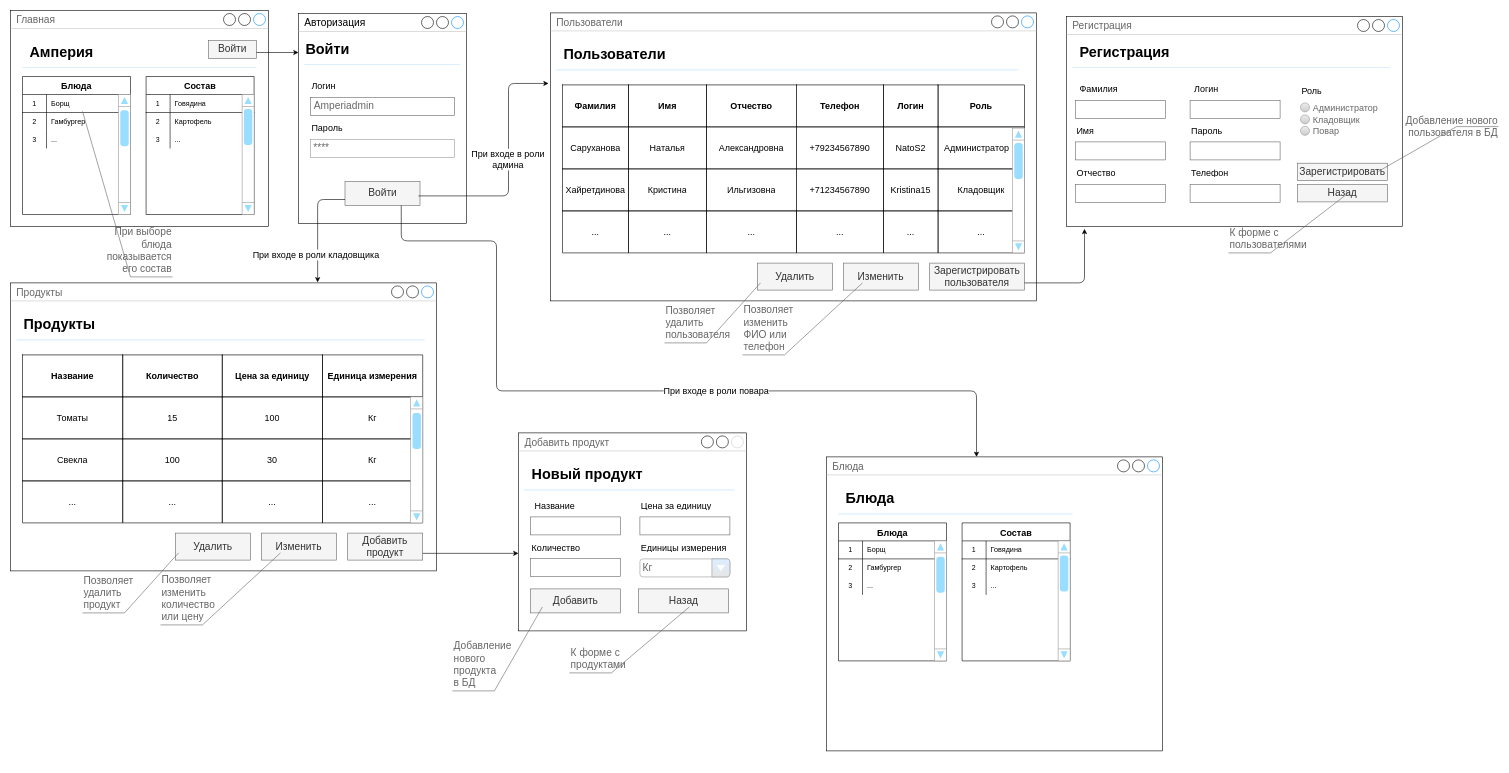
Above: Untitled Diagram.drawio in Natasaruk/PPMixCart (draw.io), before the change. Source tidied: cells renumbered, new cells numbered last; positions are measured from the earlier drawing's top-left corner, leaving out a move shared by most shapes. Both pictures are drawn from the tidied source at 60%, with x=0, y=0 at pixel (10, 10).
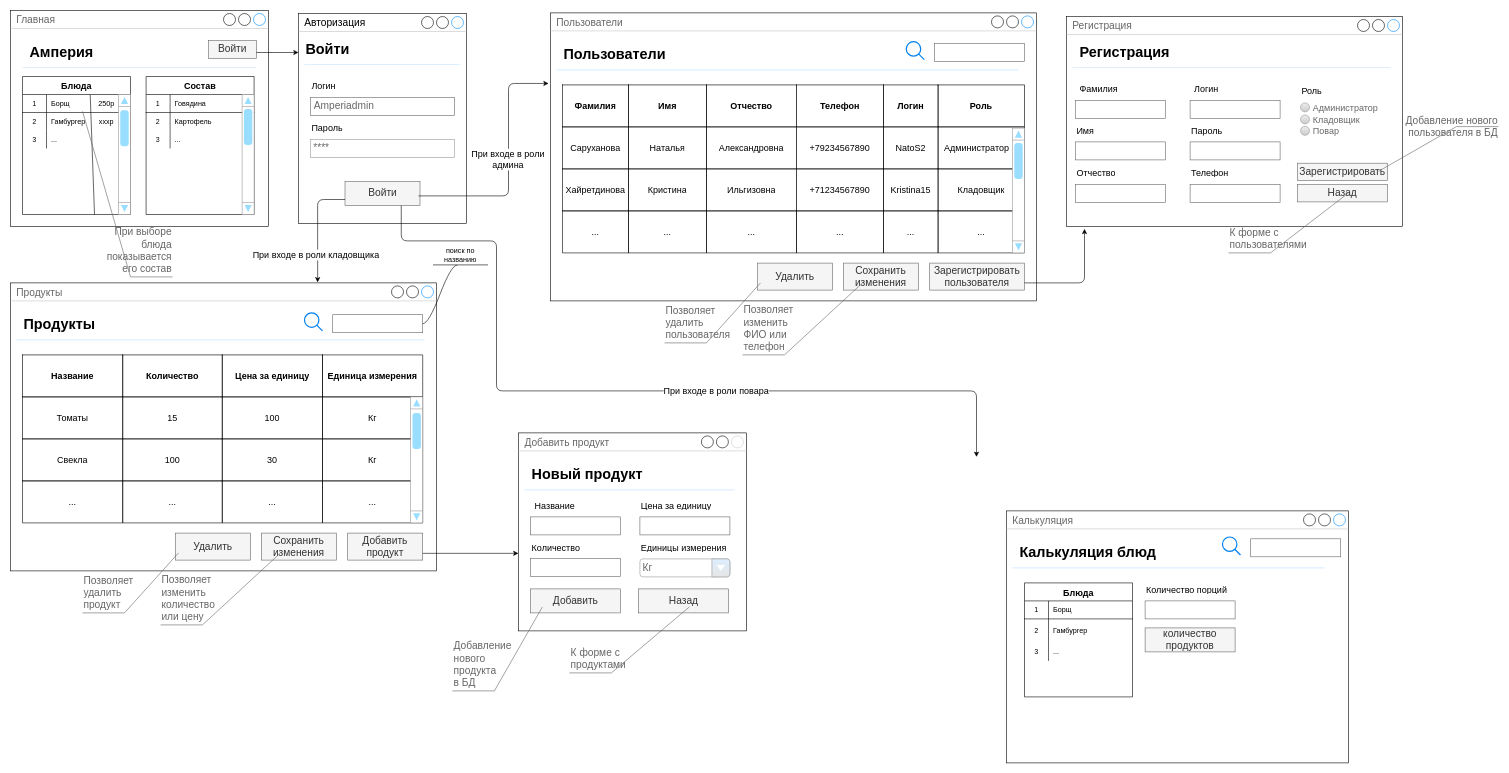
The same diagram, later.

The change refers to these unchanged cells:
```xml
<mxCell id="43" value="Блюда" style="shape=table;startSize=30;childLayout=tableLayout;rowLines=0;fontStyle=1;align=center;rounded=0;shadow=0;labelBackgroundColor=none;sketch=0;fontSize=15;gradientColor=none;" parent="1" vertex="1">
  <mxGeometry x="20" y="110" width="180" height="230" as="geometry" />
</mxCell>
<mxCell id="44" style="shape=partialRectangle;html=1;whiteSpace=wrap;fillColor=none;top=0;left=0;bottom=1;right=0;points=[[0,0.5],[1,0.5]];portConstraint=eastwest;" parent="43" vertex="1">
  <mxGeometry y="30" width="180" height="30" as="geometry" />
</mxCell>
```

Change to the diagram source:
```diff
@@
+    <mxCell id="179" style="endArrow=none;html=1;entryX=0.627;entryY=0.006;entryDx=0;entryDy=0;entryPerimeter=0;" parent="43" edge="1" target="44">
+      <mxGeometry relative="1" as="geometry">
+        <mxPoint x="120" y="230" as="sourcePoint" />
+      </mxGeometry>
+    </mxCell>
@@
-    <mxCell id="94" value="Изменить" style="rounded=0;whiteSpace=wrap;html=1;fontSize=17;fillColor=#f5f5f5;strokeColor=#666666;fontColor=#333333;align=center;" parent="1" vertex="1">
+    <mxCell id="94" value="Сохранить изменения" style="rounded=0;whiteSpace=wrap;html=1;fontSize=17;fillColor=#f5f5f5;strokeColor=#666666;fontColor=#333333;align=center;" parent="1" vertex="1">
       <mxGeometry x="418" y="871" width="125" height="45" as="geometry" />
     </mxCell>
@@
-    <mxCell id="122" value="Изменить" style="rounded=0;whiteSpace=wrap;html=1;fontSize=17;fillColor=#f5f5f5;strokeColor=#666666;fontColor=#333333;align=center;" parent="1" vertex="1">
+    <mxCell id="122" value="Сохранить изменения" style="rounded=0;whiteSpace=wrap;html=1;fontSize=17;fillColor=#f5f5f5;strokeColor=#666666;fontColor=#333333;align=center;" parent="1" vertex="1">
       <mxGeometry x="1388" y="421" width="125" height="45" as="geometry" />
     </mxCell>
@@
-    <mxCell id="154" value="Блюда" style="strokeWidth=1;shadow=0;dashed=0;align=center;html=1;shape=mxgraph.mockup.containers.window;align=left;verticalAlign=top;spacingLeft=8;strokeColor2=#008cff;strokeColor3=#c4c4c4;fontColor=#666666;mainText=;fontSize=17;labelBackgroundColor=none;rounded=0;sketch=0;gradientColor=none;" parent="1" vertex="1">
-      <mxGeometry x="1360" y="744" width="560" height="490" as="geometry" />
-    </mxCell>
+    <mxCell id="180" value="250р" style="text;html=1;strokeColor=none;fillColor=none;align=center;verticalAlign=middle;whiteSpace=wrap;rounded=0;" parent="1" vertex="1">
+      <mxGeometry x="140" y="145" width="40" height="20" as="geometry" />
+    </mxCell>
+    <mxCell id="181" value="хххр" style="text;html=1;strokeColor=none;fillColor=none;align=center;verticalAlign=middle;whiteSpace=wrap;rounded=0;" parent="1" vertex="1">
+      <mxGeometry x="140" y="175" width="40" height="20" as="geometry" />
+    </mxCell>
+    <mxCell id="182" style="html=1;verticalLabelPosition=bottom;align=center;labelBackgroundColor=#ffffff;verticalAlign=top;strokeWidth=2;strokeColor=#0080F0;shadow=0;dashed=0;shape=mxgraph.ios7.icons.looking_glass;" parent="1" vertex="1">
+      <mxGeometry x="490" y="504" width="30" height="30" as="geometry" />
+    </mxCell>
+    <mxCell id="183" style="strokeWidth=1;shadow=0;dashed=0;align=left;html=1;shape=mxgraph.mockup.text.textBox;fontColor=#666666;align=left;fontSize=17;spacingLeft=4;spacingTop=-3;strokeColor=#666666;mainText=;gradientColor=none;" parent="1" vertex="1">
+      <mxGeometry x="537" y="507" width="150" height="30" as="geometry" />
+    </mxCell>
+    <mxCell id="184" style="html=1;verticalLabelPosition=bottom;align=center;labelBackgroundColor=#ffffff;verticalAlign=top;strokeWidth=2;strokeColor=#0080F0;shadow=0;dashed=0;shape=mxgraph.ios7.icons.looking_glass;" parent="1" vertex="1">
+      <mxGeometry x="1493" y="52" width="30" height="30" as="geometry" />
+    </mxCell>
+    <mxCell id="185" style="strokeWidth=1;shadow=0;dashed=0;align=left;html=1;shape=mxgraph.mockup.text.textBox;fontColor=#666666;align=left;fontSize=17;spacingLeft=4;spacingTop=-3;strokeColor=#666666;mainText=;gradientColor=none;" parent="1" vertex="1">
+      <mxGeometry x="1540" y="55" width="150" height="30" as="geometry" />
+    </mxCell>
+    <mxCell id="186" value="поиск по&lt;br&gt;названию" style="whiteSpace=wrap;html=1;shape=partialRectangle;top=0;left=0;bottom=1;right=0;points=[[0,1],[1,1]];fillColor=none;align=center;verticalAlign=bottom;routingCenterY=0.5;snapToPoint=1;newEdgeStyle={&quot;edgeStyle&quot;:&quot;entityRelationEdgeStyle&quot;,&quot;startArrow&quot;:&quot;none&quot;,&quot;endArrow&quot;:&quot;none&quot;,&quot;segment&quot;:10,&quot;curved&quot;:1};" parent="1" vertex="1">
+      <mxGeometry x="705" y="394" width="90" height="30" as="geometry" />
+    </mxCell>
+    <mxCell id="187" style="edgeStyle=entityRelationEdgeStyle;startArrow=none;endArrow=none;segment=10;curved=1;entryX=0.438;entryY=1.014;entryDx=0;entryDy=0;entryPerimeter=0;" parent="1" edge="1" source="183" target="186">
+      <mxGeometry relative="1" as="geometry" />
+    </mxCell>
+    <mxCell id="188" value="Калькуляция" style="strokeWidth=1;shadow=0;dashed=0;align=center;html=1;shape=mxgraph.mockup.containers.window;align=left;verticalAlign=top;spacingLeft=8;strokeColor2=#008cff;strokeColor3=#c4c4c4;fontColor=#666666;mainText=;fontSize=17;labelBackgroundColor=none;" parent="1" vertex="1">
+      <mxGeometry x="1660" y="834" width="570" height="420" as="geometry" />
+    </mxCell>
     <mxCell id="155" value="Блюда" style="shape=table;startSize=30;childLayout=tableLayout;rowLines=0;fontStyle=1;align=center;rounded=0;shadow=0;labelBackgroundColor=none;sketch=0;fontSize=15;gradientColor=none;" parent="1" vertex="1">
-      <mxGeometry x="1380" y="854" width="180" height="230" as="geometry" />
+      <mxGeometry x="1690" y="954" width="180" height="190" as="geometry" />
     </mxCell>
-    <mxCell id="156" style="shape=partialRectangle;html=1;whiteSpace=wrap;fillColor=none;top=0;left=0;bottom=1;right=0;" parent="155" vertex="1">
-      <mxGeometry y="30" width="180" height="30" as="geometry" />
-    </mxCell>
-    <mxCell id="157" value="1" style="shape=partialRectangle;html=1;whiteSpace=wrap;fillColor=none;top=0;left=0;bottom=0;right=0;overflow=hidden;" parent="156" vertex="1">
-      <mxGeometry width="40" height="30" as="geometry" />
-    </mxCell>
+    <mxCell id="189" style="shape=partialRectangle;html=1;whiteSpace=wrap;fillColor=none;top=0;left=0;bottom=1;right=0;" parent="155" vertex="1">
+      <mxGeometry y="30" width="180" height="30" as="geometry" />
+    </mxCell>
+    <mxCell id="190" value="1" style="shape=partialRectangle;html=1;whiteSpace=wrap;fillColor=none;top=0;left=0;bottom=0;right=0;overflow=hidden;" parent="189" vertex="1">
+      <mxGeometry width="40" height="30" as="geometry" />
+    </mxCell>
-    <mxCell id="158" value="Борщ" style="shape=partialRectangle;html=1;whiteSpace=wrap;fillColor=none;top=0;left=0;bottom=0;right=0;align=left;spacingLeft=6;overflow=hidden;" parent="156" vertex="1">
+    <mxCell id="158" value="Борщ" style="shape=partialRectangle;html=1;whiteSpace=wrap;fillColor=none;top=0;left=0;bottom=0;right=0;align=left;spacingLeft=6;overflow=hidden;" parent="189" vertex="1">
       <mxGeometry x="40" width="140" height="30" as="geometry" />
     </mxCell>
-    <mxCell id="159" style="shape=partialRectangle;html=1;whiteSpace=wrap;fillColor=none;top=0;left=0;bottom=0;right=0;" parent="155" vertex="1">
-      <mxGeometry y="60" width="180" height="30" as="geometry" />
-    </mxCell>
+    <mxCell id="191" style="shape=partialRectangle;html=1;whiteSpace=wrap;fillColor=none;top=0;left=0;bottom=0;right=0;" parent="155" vertex="1">
+      <mxGeometry y="60" width="180" height="40" as="geometry" />
+    </mxCell>
-    <mxCell id="160" value="2" style="shape=partialRectangle;html=1;whiteSpace=wrap;fillColor=none;top=0;left=0;bottom=0;right=0;overflow=hidden;" parent="159" vertex="1">
-      <mxGeometry width="40" height="30" as="geometry" />
+    <mxCell id="160" value="2" style="shape=partialRectangle;html=1;whiteSpace=wrap;fillColor=none;top=0;left=0;bottom=0;right=0;overflow=hidden;" parent="191" vertex="1">
+      <mxGeometry width="40" height="40" as="geometry" />
     </mxCell>
-    <mxCell id="161" value="Гамбургер" style="shape=partialRectangle;html=1;whiteSpace=wrap;fillColor=none;top=0;left=0;bottom=0;right=0;align=left;spacingLeft=6;overflow=hidden;" parent="159" vertex="1">
-      <mxGeometry x="40" width="140" height="30" as="geometry" />
+    <mxCell id="161" value="Гамбургер" style="shape=partialRectangle;html=1;whiteSpace=wrap;fillColor=none;top=0;left=0;bottom=0;right=0;align=left;spacingLeft=6;overflow=hidden;" parent="191" vertex="1">
+      <mxGeometry x="40" width="140" height="40" as="geometry" />
     </mxCell>
-    <mxCell id="162" style="shape=partialRectangle;html=1;whiteSpace=wrap;fillColor=none;top=0;left=0;bottom=0;right=0;" parent="155" vertex="1">
-      <mxGeometry y="90" width="180" height="30" as="geometry" />
-    </mxCell>
-    <mxCell id="163" value="3" style="shape=partialRectangle;html=1;whiteSpace=wrap;fillColor=none;top=0;left=0;bottom=0;right=0;overflow=hidden;" parent="162" vertex="1">
-      <mxGeometry width="40" height="30" as="geometry" />
-    </mxCell>
-    <mxCell id="164" value="..." style="shape=partialRectangle;html=1;whiteSpace=wrap;fillColor=none;top=0;left=0;bottom=0;right=0;align=left;spacingLeft=6;overflow=hidden;" parent="162" vertex="1">
-      <mxGeometry x="40" width="140" height="30" as="geometry" />
-    </mxCell>
-    <mxCell id="165" style="verticalLabelPosition=bottom;shadow=0;dashed=0;align=center;html=1;verticalAlign=top;strokeWidth=1;shape=mxgraph.mockup.navigation.scrollBar;strokeColor=#999999;barPos=93.667;fillColor2=#99ddff;strokeColor2=none;direction=north;rounded=0;labelBackgroundColor=none;sketch=0;fontSize=15;gradientColor=none;" parent="1" vertex="1">
-      <mxGeometry x="1540" y="884" width="20" height="200" as="geometry" />
-    </mxCell>
-    <mxCell id="166" value="Блюда" style="text;strokeColor=none;fillColor=none;html=1;fontSize=24;fontStyle=1;verticalAlign=middle;align=left;" parent="1" vertex="1">
-      <mxGeometry x="1390" y="794" width="100" height="40" as="geometry" />
-    </mxCell>
-    <mxCell id="167" style="shape=line;strokeColor=#ddeeff;strokeWidth=2;html=1;align=left;" parent="1" vertex="1">
-      <mxGeometry x="1380" y="834" width="390" height="10" as="geometry" />
-    </mxCell>
-    <mxCell id="168" value="Состав" style="shape=table;startSize=30;childLayout=tableLayout;rowLines=0;fontStyle=1;align=center;rounded=0;shadow=0;labelBackgroundColor=none;sketch=0;fontSize=15;gradientColor=none;" parent="1" vertex="1">
-      <mxGeometry x="1586" y="854" width="180" height="230" as="geometry" />
-    </mxCell>
-    <mxCell id="169" style="shape=partialRectangle;html=1;whiteSpace=wrap;fillColor=none;top=0;left=0;bottom=1;right=0;" parent="168" vertex="1">
-      <mxGeometry y="30" width="180" height="30" as="geometry" />
-    </mxCell>
-    <mxCell id="170" value="1" style="shape=partialRectangle;html=1;whiteSpace=wrap;fillColor=none;top=0;left=0;bottom=0;right=0;overflow=hidden;" parent="169" vertex="1">
-      <mxGeometry width="40" height="30" as="geometry" />
-    </mxCell>
-    <mxCell id="171" value="Говядина" style="shape=partialRectangle;html=1;whiteSpace=wrap;fillColor=none;top=0;left=0;bottom=0;right=0;align=left;spacingLeft=6;overflow=hidden;strokeColor=none;strokeWidth=0;" parent="169" vertex="1">
-      <mxGeometry x="40" width="140" height="30" as="geometry" />
-    </mxCell>
-    <mxCell id="172" style="shape=partialRectangle;html=1;whiteSpace=wrap;fillColor=none;top=0;left=0;bottom=0;right=0;" parent="168" vertex="1">
-      <mxGeometry y="60" width="180" height="30" as="geometry" />
-    </mxCell>
-    <mxCell id="173" value="2" style="shape=partialRectangle;html=1;whiteSpace=wrap;fillColor=none;top=0;left=0;bottom=0;right=0;overflow=hidden;strokeColor=none;" parent="172" vertex="1">
-      <mxGeometry width="40" height="30" as="geometry" />
-    </mxCell>
-    <mxCell id="174" value="Картофель" style="shape=partialRectangle;html=1;whiteSpace=wrap;fillColor=none;top=0;left=0;bottom=0;right=0;align=left;spacingLeft=6;overflow=hidden;strokeColor=none;" parent="172" vertex="1">
-      <mxGeometry x="40" width="140" height="30" as="geometry" />
-    </mxCell>
-    <mxCell id="175" style="shape=partialRectangle;html=1;whiteSpace=wrap;fillColor=none;top=0;left=0;bottom=0;right=0;" parent="168" vertex="1">
-      <mxGeometry y="90" width="180" height="30" as="geometry" />
-    </mxCell>
-    <mxCell id="176" value="3" style="shape=partialRectangle;html=1;whiteSpace=wrap;fillColor=none;top=0;left=0;bottom=0;right=0;overflow=hidden;" parent="175" vertex="1">
-      <mxGeometry width="40" height="30" as="geometry" />
-    </mxCell>
-    <mxCell id="177" value="..." style="shape=partialRectangle;html=1;whiteSpace=wrap;fillColor=none;top=0;left=0;bottom=0;right=0;align=left;spacingLeft=6;overflow=hidden;" parent="175" vertex="1">
-      <mxGeometry x="40" width="140" height="30" as="geometry" />
-    </mxCell>
-    <mxCell id="178" style="verticalLabelPosition=bottom;shadow=0;dashed=0;align=center;html=1;verticalAlign=top;strokeWidth=1;shape=mxgraph.mockup.navigation.scrollBar;strokeColor=#999999;barPos=95.667;fillColor2=#99ddff;strokeColor2=none;direction=north;rounded=0;labelBackgroundColor=none;sketch=0;fontSize=15;gradientColor=none;" parent="1" vertex="1">
-      <mxGeometry x="1746" y="884" width="20" height="200" as="geometry" />
-    </mxCell>
+    <mxCell id="192" style="shape=partialRectangle;html=1;whiteSpace=wrap;fillColor=none;top=0;left=0;bottom=0;right=0;" parent="155" vertex="1">
+      <mxGeometry y="100" width="180" height="30" as="geometry" />
+    </mxCell>
+    <mxCell id="193" value="3" style="shape=partialRectangle;html=1;whiteSpace=wrap;fillColor=none;top=0;left=0;bottom=0;right=0;overflow=hidden;" parent="192" vertex="1">
+      <mxGeometry width="40" height="30" as="geometry" />
+    </mxCell>
+    <mxCell id="194" value="..." style="shape=partialRectangle;html=1;whiteSpace=wrap;fillColor=none;top=0;left=0;bottom=0;right=0;align=left;spacingLeft=6;overflow=hidden;" parent="192" vertex="1">
+      <mxGeometry x="40" width="140" height="30" as="geometry" />
+    </mxCell>
+    <mxCell id="195" value="Калькуляция блюд" style="text;strokeColor=none;fillColor=none;html=1;fontSize=24;fontStyle=1;verticalAlign=middle;align=left;" parent="1" vertex="1">
+      <mxGeometry x="1680" y="884" width="100" height="40" as="geometry" />
+    </mxCell>
+    <mxCell id="196" style="shape=line;strokeColor=#ddeeff;strokeWidth=2;html=1;align=left;" parent="1" vertex="1">
+      <mxGeometry x="1670" y="924" width="520" height="10" as="geometry" />
+    </mxCell>
+    <mxCell id="197" style="html=1;verticalLabelPosition=bottom;align=center;labelBackgroundColor=#ffffff;verticalAlign=top;strokeWidth=2;strokeColor=#0080F0;shadow=0;dashed=0;shape=mxgraph.ios7.icons.looking_glass;" parent="1" vertex="1">
+      <mxGeometry x="2020" y="877.5" width="30" height="30" as="geometry" />
+    </mxCell>
+    <mxCell id="198" style="strokeWidth=1;shadow=0;dashed=0;align=left;html=1;shape=mxgraph.mockup.text.textBox;fontColor=#666666;align=left;fontSize=17;spacingLeft=4;spacingTop=-3;strokeColor=#666666;mainText=;gradientColor=none;" parent="1" vertex="1">
+      <mxGeometry x="2067" y="880.5" width="150" height="30" as="geometry" />
+    </mxCell>
+    <mxCell id="199" value="Количество порций" style="text;html=1;strokeColor=none;fillColor=none;align=left;verticalAlign=middle;whiteSpace=wrap;overflow=hidden;fontSize=15;" parent="1" vertex="1">
+      <mxGeometry x="1891" y="954" width="160" height="20" as="geometry" />
+    </mxCell>
+    <mxCell id="200" style="strokeWidth=1;shadow=0;dashed=0;align=left;html=1;shape=mxgraph.mockup.text.textBox;fontColor=#666666;align=left;fontSize=17;spacingLeft=4;spacingTop=-3;strokeColor=#666666;mainText=;gradientColor=none;" parent="1" vertex="1">
+      <mxGeometry x="1891" y="984" width="150" height="30" as="geometry" />
+    </mxCell>
+    <mxCell id="201" value="количество продуктов" style="rounded=0;whiteSpace=wrap;html=1;fontSize=17;fillColor=#f5f5f5;strokeColor=#666666;fontColor=#333333;align=center;" parent="1" vertex="1">
+      <mxGeometry x="1891" y="1029" width="150" height="40" as="geometry" />
+    </mxCell>
```
